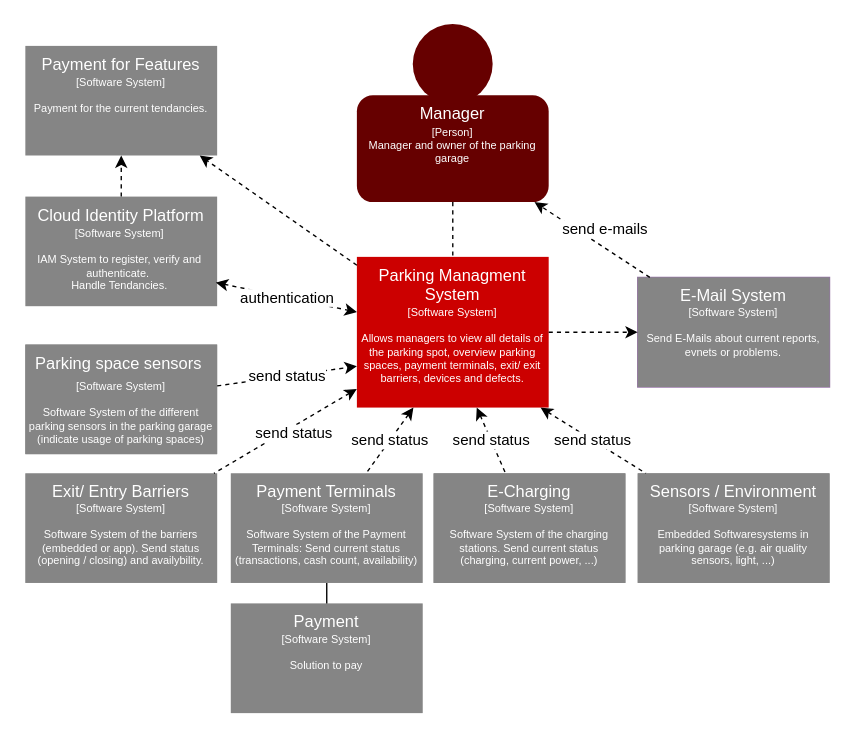
The draw.io diagram page "System Kontext" (3 of 8) of docu/parking_management.drawio in msi-cad-vw/.github, before the edit. Source tidied: cells renumbered, new cells numbered last; positions are measured from the earlier drawing's top-left corner, leaving out a move shared by most shapes. Both pictures are drawn from the tidied source at 137%, with x=0, y=0 at pixel (23, 23).
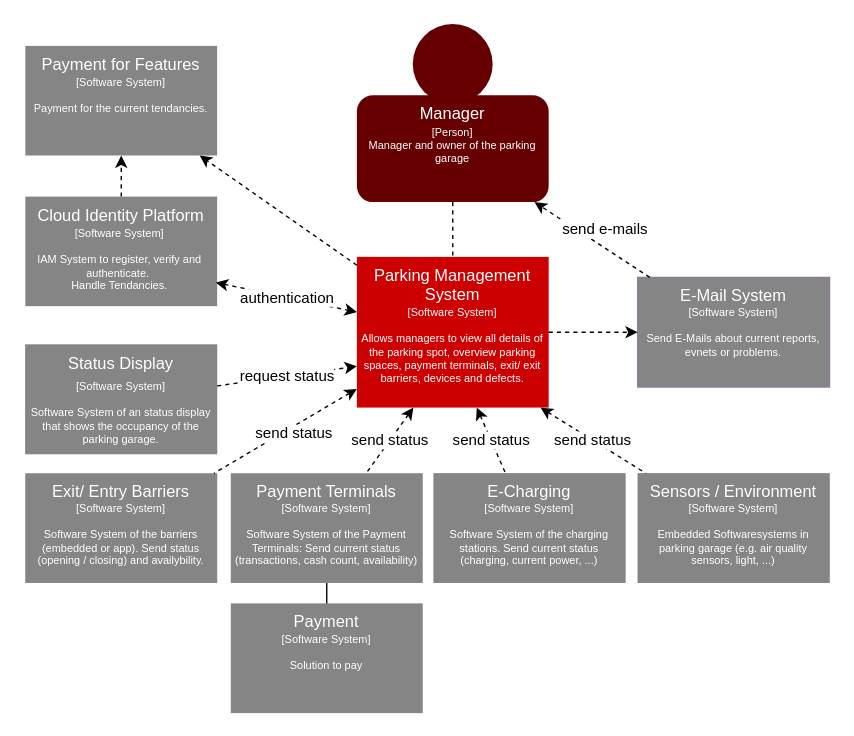
The same page after the edit.

Unchanged cells that the change refers to:
```xml
<mxCell id="8" style="group;" parent="1" vertex="1">
  <mxGeometry x="243" y="170" width="140" height="110" as="geometry" />
</mxCell>
<mxCell id="10" value="&lt;span style=&quot;font-family: Helvetica; font-size: 8px; font-style: normal; font-variant-ligatures: normal; font-variant-caps: normal; font-weight: 400; letter-spacing: normal; orphans: 2; text-align: center; text-indent: 0px; text-transform: none; widows: 2; word-spacing: 0px; -webkit-text-stroke-width: 0px; text-decoration-thickness: initial; text-decoration-style: initial; text-decoration-color: initial; float: none; display: inline !important;&quot;&gt;[Software System]&lt;br&gt;&lt;br&gt;Allows managers to view all details of the parking spot, overview parking spaces, payment terminals, exit/ exit barriers, devices and defects.&lt;/span&gt;" style="text;html=1;strokeColor=none;fillColor=none;align=center;verticalAlign=top;whiteSpace=wrap;rounded=0;fontSize=8;fontColor=#FFFFFF;labelBackgroundColor=none;" parent="8" vertex="1">
  <mxGeometry y="30" width="140" height="80" as="geometry" />
</mxCell>
<mxCell id="38" style="group;fillColor=#858585;" parent="1" vertex="1">
  <mxGeometry x="1" y="234" width="140" height="80" as="geometry" />
</mxCell>
```

Change to the diagram source:
```diff
@@
-    <mxCell id="9" value="Parking Managment System" style="rounded=0;html=1;strokeColor=none;fillColor=#CC0000;fontColor=#FFFFFF;whiteSpace=wrap;verticalAlign=top;" parent="8" vertex="1">
+    <mxCell id="9" value="Parking Management System" style="rounded=0;html=1;strokeColor=none;fillColor=#CC0000;fontColor=#FFFFFF;whiteSpace=wrap;verticalAlign=top;" parent="8" vertex="1">
       <mxGeometry width="140" height="110" as="geometry" />
     </mxCell>
@@
-    <mxCell id="39" value="Parking space sensors&amp;nbsp;" style="rounded=0;html=1;strokeColor=none;fillColor=#858585;fontColor=#FFFFFF;whiteSpace=wrap;verticalAlign=top;" parent="38" vertex="1">
+    <mxCell id="39" value="Status Display" style="rounded=0;html=1;strokeColor=none;fillColor=#858585;fontColor=#FFFFFF;whiteSpace=wrap;verticalAlign=top;" parent="38" vertex="1">
       <mxGeometry width="140" height="80" as="geometry" />
     </mxCell>
-    <mxCell id="40" value="&lt;span style=&quot;font-family: Helvetica; font-size: 8px; font-style: normal; font-variant-ligatures: normal; font-variant-caps: normal; font-weight: 400; letter-spacing: normal; orphans: 2; text-align: center; text-indent: 0px; text-transform: none; widows: 2; word-spacing: 0px; -webkit-text-stroke-width: 0px; text-decoration-thickness: initial; text-decoration-style: initial; text-decoration-color: initial; float: none; display: inline !important;&quot;&gt;[Software System]&lt;br&gt;&lt;br&gt;Software System of the different parking sensors in the parking garage (indicate usage of parking spaces)&lt;br&gt;&lt;/span&gt;" style="text;html=1;strokeColor=none;fillColor=none;align=center;verticalAlign=top;whiteSpace=wrap;rounded=0;fontSize=8;fontColor=#FFFFFF;labelBackgroundColor=none;" parent="38" vertex="1">
+    <mxCell id="40" value="&lt;span style=&quot;font-family: Helvetica; font-size: 8px; font-style: normal; font-variant-ligatures: normal; font-variant-caps: normal; font-weight: 400; letter-spacing: normal; orphans: 2; text-align: center; text-indent: 0px; text-transform: none; widows: 2; word-spacing: 0px; -webkit-text-stroke-width: 0px; text-decoration-thickness: initial; text-decoration-style: initial; text-decoration-color: initial; float: none; display: inline !important;&quot;&gt;[Software System]&lt;br&gt;&lt;br&gt;Software System of an status display that shows the occupancy of the parking garage.&lt;br&gt;&lt;/span&gt;" style="text;html=1;strokeColor=none;fillColor=none;align=center;verticalAlign=top;whiteSpace=wrap;rounded=0;fontSize=8;fontColor=#FFFFFF;labelBackgroundColor=none;" parent="38" vertex="1">
       <mxGeometry y="20" width="140" height="65.5" as="geometry" />
     </mxCell>
@@
-    <mxCell id="50" value="send status" style="edgeStyle=none;rounded=0;jettySize=auto;html=1;fontSize=11;startArrow=none;startFill=0;endArrow=classic;endFill=1;dashed=1;" parent="1" edge="1" source="39" target="10">
+    <mxCell id="50" value="request status" style="edgeStyle=none;rounded=0;jettySize=auto;html=1;fontSize=11;startArrow=none;startFill=0;endArrow=classic;endFill=1;dashed=1;" parent="1" edge="1" source="39" target="10">
       <mxGeometry relative="1" as="geometry" />
     </mxCell>
```
